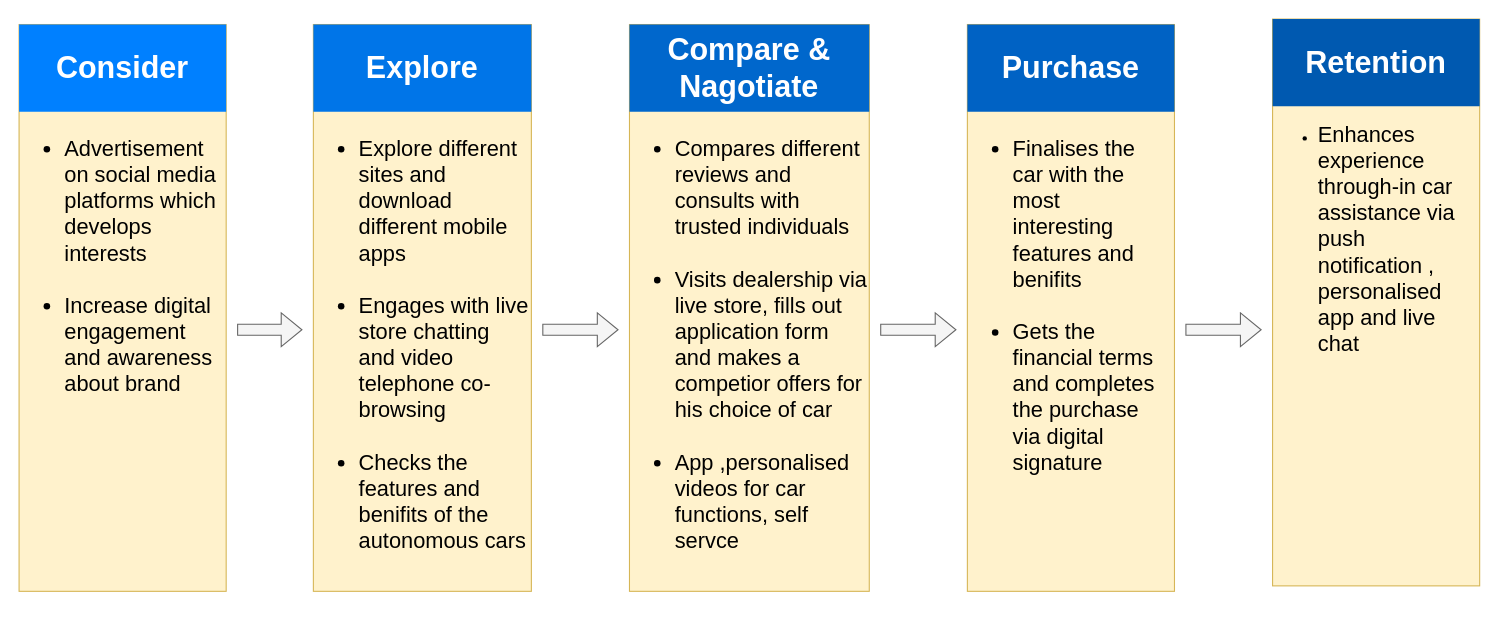
Above: chart2.drawio in soumya-shome/Draw.io (draw.io), before the change. Source tidied: cells renumbered, new cells numbered last; positions are measured from the earlier drawing's top-left corner, leaving out a move shared by most shapes. Both pictures are drawn from the tidied source at 109%, with x=0, y=0 at pixel (19, 19).
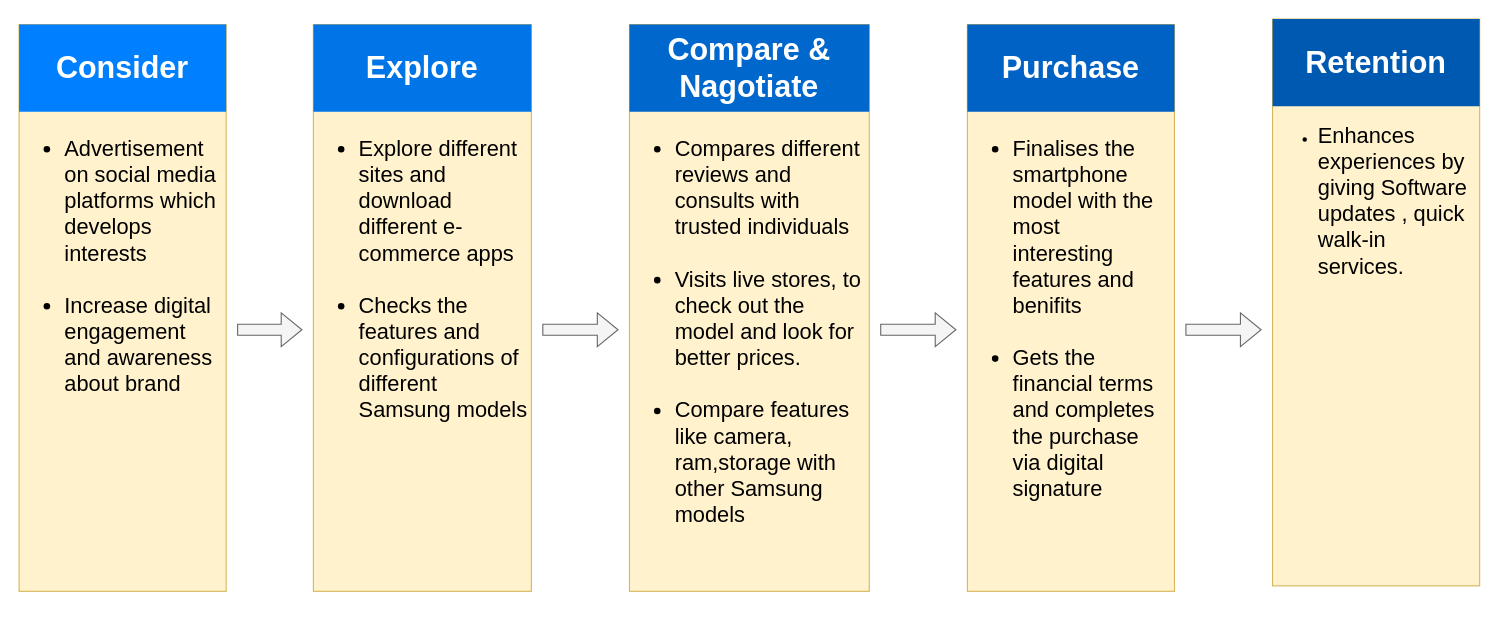
The same diagram, later.

The edit, as a diff of the source:
```diff
@@
-    <mxCell id="13" value="&lt;ul style=&quot;font-size: 20px&quot;&gt;&lt;li&gt;Explore different sites and download different mobile apps&lt;br&gt;&lt;br&gt;&lt;/li&gt;&lt;li&gt;Engages with live store chatting and video telephone co-browsing&lt;br&gt;&lt;br&gt;&lt;/li&gt;&lt;li&gt;Checks the features and benifits of the&amp;nbsp; autonomous cars&lt;br&gt;&lt;br&gt;&lt;/li&gt;&lt;/ul&gt;" style="text;spacingTop=-5;fillColor=#ffffff;whiteSpace=wrap;html=1;align=left;fontSize=12;fontFamily=Helvetica;fillColor=none;strokeColor=none;" parent="1" vertex="1">
+    <mxCell id="13" value="&lt;ul style=&quot;font-size: 20px&quot;&gt;&lt;li&gt;Explore different sites and download different e-commerce apps&lt;br&gt;&lt;br&gt;&lt;/li&gt;&lt;li&gt;Checks the features and configurations of different Samsung models&lt;br&gt;&lt;/li&gt;&lt;/ul&gt;" style="text;spacingTop=-5;fillColor=#ffffff;whiteSpace=wrap;html=1;align=left;fontSize=12;fontFamily=Helvetica;fillColor=none;strokeColor=none;" parent="1" vertex="1">
       <mxGeometry x="270" y="85" width="200" height="350" as="geometry" />
     </mxCell>
-    <mxCell id="14" value="&lt;ul style=&quot;font-size: 20px&quot;&gt;&lt;li&gt;Compares different reviews and consults with trusted individuals&lt;br&gt;&lt;br&gt;&lt;/li&gt;&lt;li&gt;Visits dealership via live store, fills out application form and makes a competior offers for his choice of car&lt;br&gt;&lt;br&gt;&lt;/li&gt;&lt;li&gt;App ,personalised videos for car functions, self servce&lt;/li&gt;&lt;/ul&gt;" style="text;spacingTop=-5;fillColor=#ffffff;whiteSpace=wrap;html=1;align=left;fontSize=12;fontFamily=Helvetica;fillColor=none;strokeColor=none;" parent="1" vertex="1">
+    <mxCell id="14" value="&lt;ul style=&quot;font-size: 20px&quot;&gt;&lt;li&gt;Compares different reviews and consults with trusted individuals&lt;br&gt;&lt;br&gt;&lt;/li&gt;&lt;li&gt;Visits live stores, to check out the model and look for better prices.&lt;br&gt;&lt;br&gt;&lt;/li&gt;&lt;li&gt;Compare features like camera, ram,storage with other Samsung models&lt;/li&gt;&lt;/ul&gt;" style="text;spacingTop=-5;fillColor=#ffffff;whiteSpace=wrap;html=1;align=left;fontSize=12;fontFamily=Helvetica;fillColor=none;strokeColor=none;" parent="1" vertex="1">
       <mxGeometry x="560" y="85" width="220" height="430" as="geometry" />
     </mxCell>
-    <mxCell id="15" value="&lt;ul style=&quot;font-size: 20px&quot;&gt;&lt;li&gt;Finalises the car with the most interesting features and benifits&lt;br&gt;&lt;br&gt;&lt;/li&gt;&lt;li&gt;Gets the financial terms and completes the purchase via digital signature&lt;br&gt;&lt;br&gt;&lt;/li&gt;&lt;/ul&gt;" style="text;spacingTop=-5;fillColor=#ffffff;whiteSpace=wrap;html=1;align=left;fontSize=12;fontFamily=Helvetica;fillColor=none;strokeColor=none;" parent="1" vertex="1">
+    <mxCell id="15" value="&lt;ul style=&quot;font-size: 20px&quot;&gt;&lt;li&gt;Finalises the smartphone model with the most interesting features and benifits&lt;br&gt;&lt;br&gt;&lt;/li&gt;&lt;li&gt;Gets the financial terms and completes the purchase via digital signature&lt;br&gt;&lt;br&gt;&lt;/li&gt;&lt;/ul&gt;" style="text;spacingTop=-5;fillColor=#ffffff;whiteSpace=wrap;html=1;align=left;fontSize=12;fontFamily=Helvetica;fillColor=none;strokeColor=none;" parent="1" vertex="1">
       <mxGeometry x="870" y="85" width="180" height="290" as="geometry" />
     </mxCell>
-    <mxCell id="16" value="&lt;ul&gt;&lt;li&gt;&lt;span style=&quot;font-size: 20px&quot;&gt;Enhances experience through-in car assistance via push notification , personalised app and live chat&lt;/span&gt;&lt;/li&gt;&lt;/ul&gt;" style="text;spacingTop=-5;fillColor=#ffffff;whiteSpace=wrap;html=1;align=left;fontSize=12;fontFamily=Helvetica;fillColor=none;strokeColor=none;" parent="1" vertex="1">
-      <mxGeometry x="1150" y="80" width="180" height="200" as="geometry" />
+    <mxCell id="16" value="&lt;ul&gt;&lt;li&gt;&lt;span style=&quot;font-size: 20px&quot;&gt;Enhances experiences by giving Software updates , quick walk-in services.&lt;/span&gt;&lt;/li&gt;&lt;/ul&gt;" style="text;spacingTop=-5;fillColor=#ffffff;whiteSpace=wrap;html=1;align=left;fontSize=12;fontFamily=Helvetica;fillColor=none;strokeColor=none;" parent="1" vertex="1">
+      <mxGeometry x="1150" y="81" width="180" height="200" as="geometry" />
     </mxCell>
```
